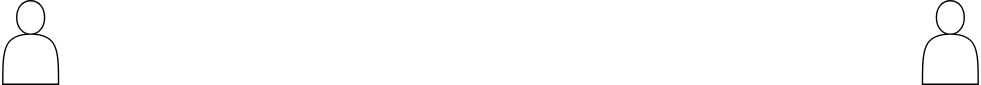
The draw.io diagram test.svg in 56kuma/searchman, before a commit. Source tidied: cells renumbered, new cells last; positions are measured from the earlier drawing's top-left corner, leaving out a move shared by most shapes. Its diagram source:
```xml
<mxGraphModel>
  <root>
    <mxCell id="0" />
    <mxCell id="1" parent="0" />
    <mxCell id="2" style="shape=actor;whiteSpace=wrap;html=1;" parent="1" vertex="1">
      <mxGeometry width="40" height="60" as="geometry" />
    </mxCell>
    <mxCell id="3" style="shape=actor;whiteSpace=wrap;html=1;" parent="1" vertex="1">
      <mxGeometry x="660" width="40" height="60" as="geometry" />
    </mxCell>
  </root>
</mxGraphModel>
```
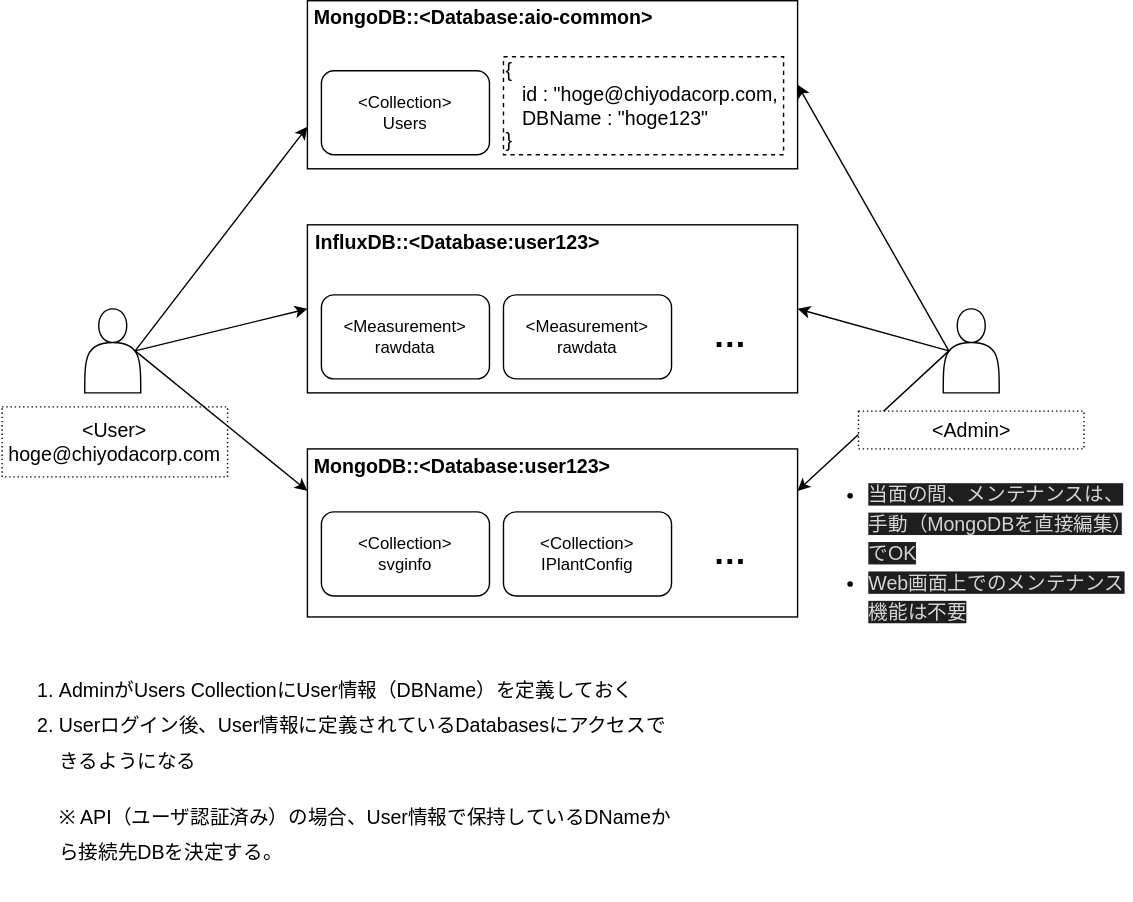
After the commit.

The edit, as a diff of the source:
```diff
@@ -2,11 +2,83 @@
   <root>
     <mxCell id="0" />
     <mxCell id="1" parent="0" />
+    <mxCell id="4" value="&amp;lt;User&amp;gt;&lt;br&gt;hoge@chiyodacorp.com" style="rounded=0;whiteSpace=wrap;html=1;dashed=1;strokeWidth=1;fontSize=14;align=center;dashPattern=1 2;" parent="1" vertex="1">
+      <mxGeometry x="-38" y="60" width="161" height="50" as="geometry" />
+    </mxCell>
     <mxCell id="2" style="shape=actor;whiteSpace=wrap;html=1;" parent="1" vertex="1">
-      <mxGeometry width="40" height="60" as="geometry" />
+      <mxGeometry x="21" y="-10" width="40" height="60" as="geometry" />
     </mxCell>
     <mxCell id="3" style="shape=actor;whiteSpace=wrap;html=1;" parent="1" vertex="1">
-      <mxGeometry x="660" width="40" height="60" as="geometry" />
+      <mxGeometry x="634" y="-10" width="40" height="60" as="geometry" />
     </mxCell>
+    <mxCell id="5" style="rounded=0;whiteSpace=wrap;html=1;" parent="1" vertex="1">
+      <mxGeometry x="180" y="-230" width="350" height="120" as="geometry" />
+    </mxCell>
+    <mxCell id="6" style="rounded=0;whiteSpace=wrap;html=1;" parent="1" vertex="1">
+      <mxGeometry x="180" y="-70" width="350" height="120" as="geometry" />
+    </mxCell>
+    <mxCell id="7" style="rounded=0;whiteSpace=wrap;html=1;" parent="1" vertex="1">
+      <mxGeometry x="180" y="90" width="350" height="120" as="geometry" />
+    </mxCell>
+    <mxCell id="8" value="&amp;lt;Collection&amp;gt;&lt;br&gt;Users" style="rounded=1;whiteSpace=wrap;html=1;" parent="1" vertex="1">
+      <mxGeometry x="190" y="-180" width="120" height="60" as="geometry" />
+    </mxCell>
+    <mxCell id="9" value="&amp;lt;Measurement&amp;gt;&lt;br&gt;rawdata" style="rounded=1;whiteSpace=wrap;html=1;" parent="1" vertex="1">
+      <mxGeometry x="320" y="-20" width="120" height="60" as="geometry" />
+    </mxCell>
+    <mxCell id="10" value="&amp;lt;Collection&amp;gt;&lt;br&gt;svginfo" style="rounded=1;whiteSpace=wrap;html=1;" parent="1" vertex="1">
+      <mxGeometry x="190" y="135" width="120" height="60" as="geometry" />
+    </mxCell>
+    <mxCell id="11" value="&amp;lt;Measurement&amp;gt;&lt;br&gt;rawdata" style="rounded=1;whiteSpace=wrap;html=1;" parent="1" vertex="1">
+      <mxGeometry x="190" y="-20" width="120" height="60" as="geometry" />
+    </mxCell>
+    <mxCell id="12" value="MongoDB::&amp;lt;Database:aio-common&amp;gt;" style="text;strokeColor=none;fillColor=none;html=1;fontSize=14;fontStyle=1;verticalAlign=middle;align=left;" parent="1" vertex="1">
+      <mxGeometry x="183" y="-228" width="260" height="20" as="geometry" />
+    </mxCell>
+    <mxCell id="13" value="InfluxDB::&amp;lt;Database:user123&amp;gt;" style="text;strokeColor=none;fillColor=none;html=1;fontSize=14;fontStyle=1;verticalAlign=middle;align=left;" parent="1" vertex="1">
+      <mxGeometry x="184" y="-67" width="260" height="20" as="geometry" />
+    </mxCell>
+    <mxCell id="14" value="MongoDB::&amp;lt;Database:user123&amp;gt;" style="text;strokeColor=none;fillColor=none;html=1;fontSize=14;fontStyle=1;verticalAlign=middle;align=left;" parent="1" vertex="1">
+      <mxGeometry x="183" y="93" width="260" height="20" as="geometry" />
+    </mxCell>
+    <mxCell id="15" value="…&amp;nbsp;" style="text;strokeColor=none;fillColor=none;html=1;fontSize=24;fontStyle=1;verticalAlign=middle;align=center;" parent="1" vertex="1">
+      <mxGeometry x="450" y="152.5" width="70" height="25" as="geometry" />
+    </mxCell>
+    <mxCell id="16" value="…&amp;nbsp;" style="text;strokeColor=none;fillColor=none;html=1;fontSize=24;fontStyle=1;verticalAlign=middle;align=center;" parent="1" vertex="1">
+      <mxGeometry x="450" y="-2.5" width="70" height="25" as="geometry" />
+    </mxCell>
+    <mxCell id="17" value="{&lt;br&gt;&amp;nbsp; &amp;nbsp;id : &quot;hoge@chiyodacorp.com,&lt;br&gt;&amp;nbsp; &amp;nbsp;DBName : &quot;hoge123&quot;&lt;br&gt;}" style="rounded=0;whiteSpace=wrap;html=1;fontSize=14;align=left;strokeWidth=1;dashed=1;" parent="1" vertex="1">
+      <mxGeometry x="320" y="-190" width="200" height="70" as="geometry" />
+    </mxCell>
+    <mxCell id="18" style="endArrow=classic;html=1;fontSize=14;exitX=0.9;exitY=0.5;exitDx=0;exitDy=0;exitPerimeter=0;entryX=0;entryY=0.75;entryDx=0;entryDy=0;" parent="1" edge="1" source="2" target="5">
+      <mxGeometry relative="1" as="geometry" />
+    </mxCell>
+    <mxCell id="19" style="endArrow=classic;html=1;fontSize=14;exitX=0.9;exitY=0.5;exitDx=0;exitDy=0;exitPerimeter=0;entryX=0;entryY=0.5;entryDx=0;entryDy=0;" parent="1" edge="1" source="2" target="6">
+      <mxGeometry relative="1" as="geometry" />
+    </mxCell>
+    <mxCell id="20" style="endArrow=classic;html=1;fontSize=14;entryX=0;entryY=0.25;entryDx=0;entryDy=0;exitX=0.9;exitY=0.5;exitDx=0;exitDy=0;exitPerimeter=0;" parent="1" edge="1" source="2" target="7">
+      <mxGeometry relative="1" as="geometry" />
+    </mxCell>
+    <mxCell id="21" style="endArrow=classic;html=1;fontSize=14;entryX=1;entryY=0.5;entryDx=0;entryDy=0;exitX=0.1;exitY=0.5;exitDx=0;exitDy=0;exitPerimeter=0;" parent="1" edge="1" source="3" target="5">
+      <mxGeometry relative="1" as="geometry" />
+    </mxCell>
+    <mxCell id="22" style="endArrow=classic;html=1;fontSize=14;entryX=1;entryY=0.5;entryDx=0;entryDy=0;exitX=0.1;exitY=0.5;exitDx=0;exitDy=0;exitPerimeter=0;" parent="1" edge="1" source="3" target="6">
+      <mxGeometry relative="1" as="geometry" />
+    </mxCell>
+    <mxCell id="23" style="endArrow=classic;html=1;fontSize=14;entryX=1;entryY=0.25;entryDx=0;entryDy=0;exitX=0.1;exitY=0.5;exitDx=0;exitDy=0;exitPerimeter=0;" parent="1" edge="1" source="3" target="7">
+      <mxGeometry relative="1" as="geometry" />
+    </mxCell>
+    <mxCell id="24" value="&amp;lt;Collection&amp;gt;&lt;br&gt;IPlantConfig" style="rounded=1;whiteSpace=wrap;html=1;" parent="1" vertex="1">
+      <mxGeometry x="320" y="135" width="120" height="60" as="geometry" />
+    </mxCell>
+    <mxCell id="25" value="&amp;lt;Admin&amp;gt;" style="rounded=0;whiteSpace=wrap;html=1;dashed=1;strokeWidth=1;fontSize=14;align=center;dashPattern=1 2;" parent="1" vertex="1">
+      <mxGeometry x="573.5" y="63" width="161" height="27" as="geometry" />
+    </mxCell>
+    <mxCell id="26" value="&lt;ol style=&quot;line-height: 180%&quot;&gt;&lt;li&gt;AdminがUsers CollectionにUser情報（DBName）を定義しておく&lt;/li&gt;&lt;li&gt;Userログイン後、User情報に定義されているDatabasesにアクセスできるようになる&lt;/li&gt;&lt;/ol&gt;&lt;blockquote style=&quot;margin: 0px 0px 0px 40px ; border: none ; padding: 0px ; line-height: 180%&quot;&gt;※ API（ユーザ認証済み）の場合、User情報で保持しているDNameから接続先DBを決定する。&lt;/blockquote&gt;" style="text;strokeColor=#FFFFFF;fillColor=none;html=1;whiteSpace=wrap;verticalAlign=top;overflow=hidden;dashed=1;dashPattern=1 2;fontSize=14;align=left;" parent="1" vertex="1">
+      <mxGeometry x="-39" y="230" width="489" height="180" as="geometry" />
+    </mxCell>
+    <mxCell id="27" value="&lt;ul style=&quot;line-height: 150%&quot;&gt;&lt;li&gt;&lt;span style=&quot;color: rgb(212 , 212 , 212) ; background-color: rgb(30 , 30 , 30)&quot;&gt;当面の間、メンテナンスは、手動（MongoDBを直接編集）でOK&lt;/span&gt;&lt;br&gt;&lt;/li&gt;&lt;li&gt;&lt;span style=&quot;color: rgb(212 , 212 , 212) ; background-color: rgb(30 , 30 , 30)&quot;&gt;Web画面上でのメンテナンス機能は不要&lt;/span&gt;&lt;/li&gt;&lt;/ul&gt;" style="text;strokeColor=none;fillColor=none;html=1;whiteSpace=wrap;verticalAlign=middle;overflow=hidden;dashed=1;dashPattern=1 2;fontSize=14;align=left;horizontal=1;" parent="1" vertex="1">
+      <mxGeometry x="539" y="95" width="230" height="140" as="geometry" />
+    </mxCell>
   </root>
 </mxGraphModel>
```
